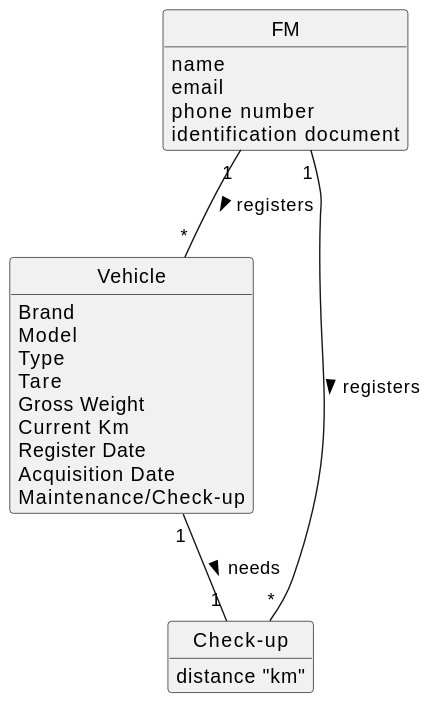
This is docs/sprintC/us026/02.analysis/svg/us026-domain-model.svg from Departamento-de-Engenharia-Informatica/lei-24-s2-1dl-g121, a PlantUML export, as it was before one commit. The source it was exported from:
```plantuml
@startuml
skinparam monochrome true
skinparam packageStyle rectangle
skinparam shadowing false
skinparam classAttributeIconSize 0
hide circle
hide methods




class FM{
    name
    email
    phone number
    identification document
}


class Vehicle{
    Brand
    Model
    Type
    Tare
    Gross Weight
    Current Km
    Register Date
    Acquisition Date
    Maintenance/Check-up
}

class Check-up{
    distance "km"
}



FM "1" -- "*" Vehicle : registers >
FM "1" -- "*" "Check-up" : registers >
Vehicle "1" -- "1" "Check-up" : needs >
@enduml
```
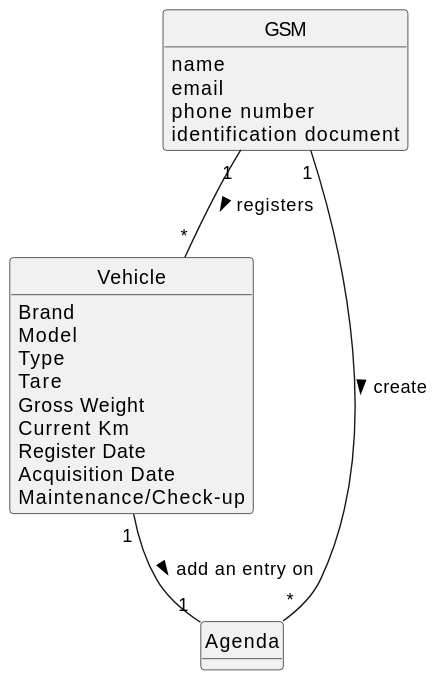
The same file after the commit.

Change to the diagram source:
```diff
@@ -9,7 +9,7 @@
 
 
 
-class FM{
+class GSM{
     name
     email
     phone number
@@ -29,13 +29,12 @@
     Maintenance/Check-up
 }
 
-class Check-up{
-    distance "km"
+class Agenda{
+
 }
 
 
-
-FM "1" -- "*" Vehicle : registers >
-FM "1" -- "*" "Check-up" : registers >
-Vehicle "1" -- "1" "Check-up" : needs >
+GSM "1" -- "*" Vehicle : registers >
+GSM "1" -- "*" "Agenda" : create >
+Vehicle "1" -- "1" "Agenda" : add an entry on >
 @enduml
```
